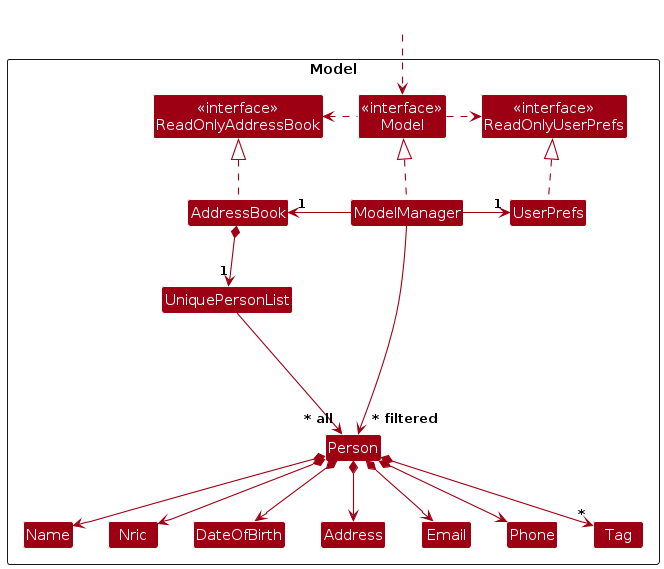
This is diagrams/ModelClassDiagram.png from AY2324S2-CS2103T-F10-3/tp, a PlantUML export, as it was before one commit. Its source is kept beside it as diagrams/ModelClassDiagram.puml. Source of this version:
```plantuml
@startuml
!include style.puml
skinparam arrowThickness 1.1
skinparam arrowColor MODEL_COLOR
skinparam classBackgroundColor MODEL_COLOR

Package Model as ModelPackage <<Rectangle>>{
Class "<<interface>>\nReadOnlyAddressBook" as ReadOnlyAddressBook
Class "<<interface>>\nReadOnlyUserPrefs" as ReadOnlyUserPrefs
Class "<<interface>>\nModel" as Model
Class AddressBook
Class ModelManager
Class UserPrefs

Class UniquePersonList
Class Person
Class Nric
Class DateOfBirth
Class Address
Class Email
Class Name
Class Phone
Class Tag

Class I #FFFFFF
}

Class HiddenOutside #FFFFFF
HiddenOutside ..> Model

AddressBook .up.|> ReadOnlyAddressBook

ModelManager .up.|> Model
Model .right.> ReadOnlyUserPrefs
Model .left.> ReadOnlyAddressBook
ModelManager -left-> "1" AddressBook
ModelManager -right-> "1" UserPrefs
UserPrefs .up.|> ReadOnlyUserPrefs

AddressBook *--> "1" UniquePersonList
UniquePersonList --> "~* all" Person
Person *--> Name
Person *--> Nric
Person *--> DateOfBirth
Person *--> Phone
Person *--> Email
Person *--> Address
Person *--> "*" Tag

Person -[hidden]up--> I
UniquePersonList -[hidden]right-> I

Name -[hidden]right-> Nric
Nric -[hidden]right-> DateOfBirth
DateOfBirth -[hidden]right-> Address
Address -[hidden]right-> Phone
Phone -[hidden]right-> Address
Address -[hidden]right-> Email

ModelManager --> "~* filtered" Person
@enduml
```
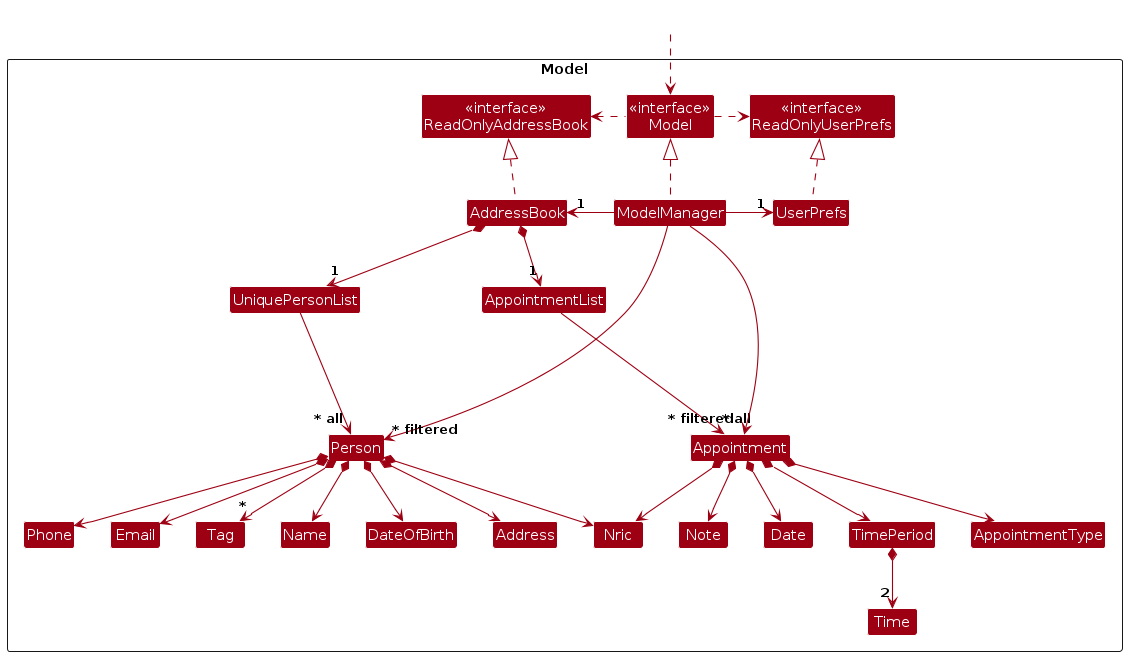
The same diagram one commit later.

Diff of the diagram source:
```diff
@@ -22,7 +22,18 @@
 Class Phone
 Class Tag
 
+Class Nric
+Class AppointmentList
+Class Appointment
+Class Date
+Class TimePeriod
+Class Time
+Class AppointmentType
+Class Note
+
 Class I #FFFFFF
+Class J #FFFFFF
+
 }
 
 Class HiddenOutside #FFFFFF
@@ -57,5 +68,24 @@
 Phone -[hidden]right-> Address
 Address -[hidden]right-> Email
 
+AddressBook *--> "1" AppointmentList
+AppointmentList --> "~* all" Appointment
+Appointment *--> Nric
+Appointment *--> Date
+Appointment *--> TimePeriod
+TimePeriod *--> "2" Time
+Appointment *--> AppointmentType
+Appointment *--> Note
+
+Appointment -[hidden]up--> J
+AppointmentList -[hidden]right-> J
+
+Nric -[hidden]right-> Date
+Date -[hidden]right-> TimePeriod
+TimePeriod -[hidden]right-> AppointmentType
+AppointmentType -[hidden]right-> Note
+
+
 ModelManager --> "~* filtered" Person
+ModelManager --> "~* filtered" Appointment
 @enduml
```
